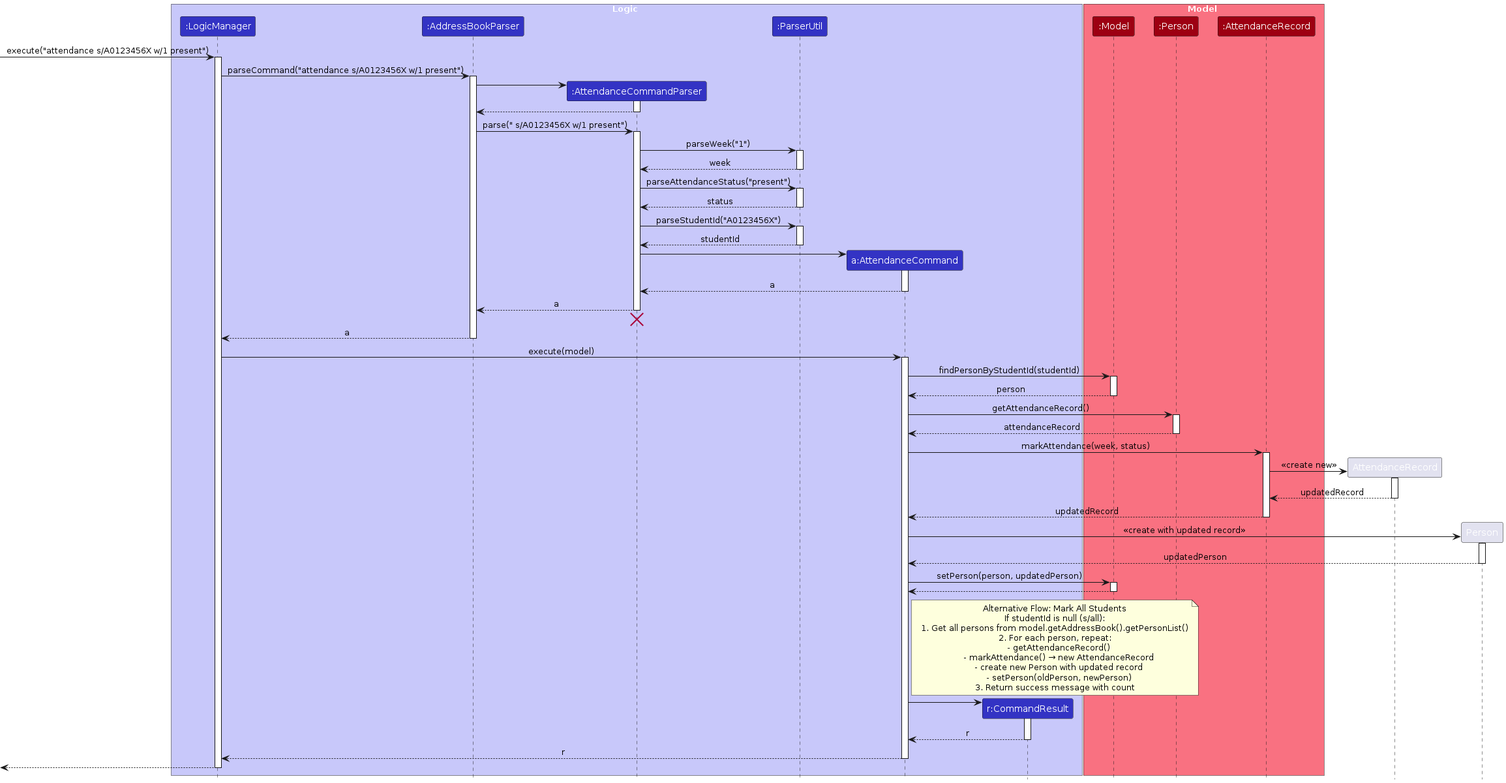
Earlier version of the PlantUML export diagrams/AttendanceSequenceDiagram.png (jing-xiang-choong/tp). Its source is kept beside it as diagrams/AttendanceSequenceDiagram.puml. Source of this version:
```plantuml
@startuml
!include style.puml
skinparam ArrowFontStyle plain

box Logic LOGIC_COLOR_T1
participant ":LogicManager" as LogicManager LOGIC_COLOR
participant ":AddressBookParser" as AddressBookParser LOGIC_COLOR
participant ":AttendanceCommandParser" as AttendanceCommandParser LOGIC_COLOR
participant ":ParserUtil" as ParserUtil LOGIC_COLOR
participant "a:AttendanceCommand" as AttendanceCommand LOGIC_COLOR
participant "r:CommandResult" as CommandResult LOGIC_COLOR
end box

box Model MODEL_COLOR_T1
participant ":Model" as Model MODEL_COLOR
participant ":Person" as Person MODEL_COLOR
participant ":AttendanceRecord" as AttendanceRecord MODEL_COLOR
end box

[-> LogicManager : execute("attendance s/A0123456X w/1 present")
activate LogicManager

LogicManager -> AddressBookParser : parseCommand("attendance s/A0123456X w/1 present")
activate AddressBookParser

create AttendanceCommandParser
AddressBookParser -> AttendanceCommandParser
activate AttendanceCommandParser

AttendanceCommandParser --> AddressBookParser
deactivate AttendanceCommandParser

AddressBookParser -> AttendanceCommandParser : parse(" s/A0123456X w/1 present")
activate AttendanceCommandParser

AttendanceCommandParser -> ParserUtil : parseWeek("1")
activate ParserUtil

ParserUtil --> AttendanceCommandParser : week
deactivate ParserUtil

AttendanceCommandParser -> ParserUtil : parseAttendanceStatus("present")
activate ParserUtil

ParserUtil --> AttendanceCommandParser : status
deactivate ParserUtil

AttendanceCommandParser -> ParserUtil : parseStudentId("A0123456X")
activate ParserUtil

ParserUtil --> AttendanceCommandParser : studentId
deactivate ParserUtil

create AttendanceCommand
AttendanceCommandParser -> AttendanceCommand
activate AttendanceCommand

AttendanceCommand --> AttendanceCommandParser : a
deactivate AttendanceCommand

AttendanceCommandParser --> AddressBookParser : a
deactivate AttendanceCommandParser
AttendanceCommandParser -[hidden]-> AddressBookParser
destroy AttendanceCommandParser

AddressBookParser --> LogicManager : a
deactivate AddressBookParser

LogicManager -> AttendanceCommand : execute(model)
activate AttendanceCommand

AttendanceCommand -> Model : findPersonByStudentId(studentId)
activate Model

Model --> AttendanceCommand : person
deactivate Model

AttendanceCommand -> Person : getAttendanceRecord()
activate Person

Person --> AttendanceCommand : attendanceRecord
deactivate Person

AttendanceCommand -> AttendanceRecord : markAttendance(week, status)
activate AttendanceRecord

create AttendanceRecord as NewAttendanceRecord
AttendanceRecord -> NewAttendanceRecord : <<create new>>
activate NewAttendanceRecord

NewAttendanceRecord --> AttendanceRecord : updatedRecord
deactivate NewAttendanceRecord

AttendanceRecord --> AttendanceCommand : updatedRecord
deactivate AttendanceRecord

create Person as UpdatedPerson
AttendanceCommand -> UpdatedPerson : <<create with updated record>>
activate UpdatedPerson

UpdatedPerson --> AttendanceCommand : updatedPerson
deactivate UpdatedPerson

AttendanceCommand -> Model : setPerson(person, updatedPerson)
activate Model

Model --> AttendanceCommand
deactivate Model

note right of AttendanceCommand
  Alternative Flow: Mark All Students
  If studentId is null (s/all):
  1. Get all persons from model.getAddressBook().getPersonList()
  2. For each person, repeat:
     - getAttendanceRecord()
     - markAttendance() → new AttendanceRecord
     - create new Person with updated record
     - setPerson(oldPerson, newPerson)
  3. Return success message with count
end note

create CommandResult
AttendanceCommand -> CommandResult
activate CommandResult

CommandResult --> AttendanceCommand : r
deactivate CommandResult

AttendanceCommand --> LogicManager : r
deactivate AttendanceCommand

[<-- LogicManager
deactivate LogicManager
@enduml
```
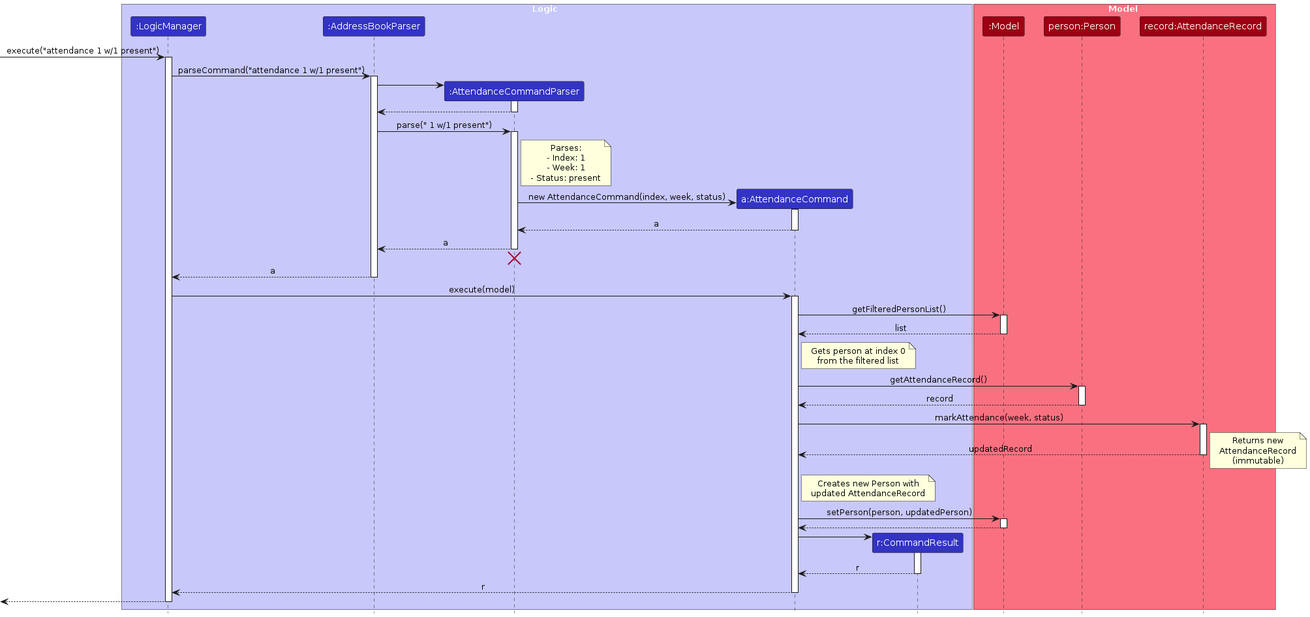
After the commit.

Diff of the diagram source:
```diff
@@ -6,21 +6,20 @@
 participant ":LogicManager" as LogicManager LOGIC_COLOR
 participant ":AddressBookParser" as AddressBookParser LOGIC_COLOR
 participant ":AttendanceCommandParser" as AttendanceCommandParser LOGIC_COLOR
-participant ":ParserUtil" as ParserUtil LOGIC_COLOR
 participant "a:AttendanceCommand" as AttendanceCommand LOGIC_COLOR
 participant "r:CommandResult" as CommandResult LOGIC_COLOR
 end box
 
 box Model MODEL_COLOR_T1
 participant ":Model" as Model MODEL_COLOR
-participant ":Person" as Person MODEL_COLOR
-participant ":AttendanceRecord" as AttendanceRecord MODEL_COLOR
+participant "person:Person" as Person MODEL_COLOR
+participant "record:AttendanceRecord" as AttendanceRecord MODEL_COLOR
 end box
 
-[-> LogicManager : execute("attendance s/A0123456X w/1 present")
+[-> LogicManager : execute("attendance 1 w/1 present")
 activate LogicManager
 
-LogicManager -> AddressBookParser : parseCommand("attendance s/A0123456X w/1 present")
+LogicManager -> AddressBookParser : parseCommand("attendance 1 w/1 present")
 activate AddressBookParser
 
 create AttendanceCommandParser
@@ -30,29 +29,18 @@
 AttendanceCommandParser --> AddressBookParser
 deactivate AttendanceCommandParser
 
-AddressBookParser -> AttendanceCommandParser : parse(" s/A0123456X w/1 present")
+AddressBookParser -> AttendanceCommandParser : parse(" 1 w/1 present")
 activate AttendanceCommandParser
 
-AttendanceCommandParser -> ParserUtil : parseWeek("1")
-activate ParserUtil
-
-ParserUtil --> AttendanceCommandParser : week
-deactivate ParserUtil
-
-AttendanceCommandParser -> ParserUtil : parseAttendanceStatus("present")
-activate ParserUtil
-
-ParserUtil --> AttendanceCommandParser : status
-deactivate ParserUtil
-
-AttendanceCommandParser -> ParserUtil : parseStudentId("A0123456X")
-activate ParserUtil
-
-ParserUtil --> AttendanceCommandParser : studentId
-deactivate ParserUtil
+note right of AttendanceCommandParser
+  Parses:
+  - Index: 1
+  - Week: 1
+  - Status: present
+end note
 
 create AttendanceCommand
-AttendanceCommandParser -> AttendanceCommand
+AttendanceCommandParser -> AttendanceCommand : new AttendanceCommand(index, week, status)
 activate AttendanceCommand
 
 AttendanceCommand --> AttendanceCommandParser : a
@@ -69,55 +57,40 @@
 LogicManager -> AttendanceCommand : execute(model)
 activate AttendanceCommand
 
-AttendanceCommand -> Model : findPersonByStudentId(studentId)
+AttendanceCommand -> Model : getFilteredPersonList()
 activate Model
 
-Model --> AttendanceCommand : person
+Model --> AttendanceCommand : list
 deactivate Model
+
+note right of AttendanceCommand
+  Gets person at index 0
+  from the filtered list
+end note
 
 AttendanceCommand -> Person : getAttendanceRecord()
 activate Person
 
-Person --> AttendanceCommand : attendanceRecord
+Person --> AttendanceCommand : record
 deactivate Person
 
 AttendanceCommand -> AttendanceRecord : markAttendance(week, status)
 activate AttendanceRecord
 
-create AttendanceRecord as NewAttendanceRecord
-AttendanceRecord -> NewAttendanceRecord : <<create new>>
-activate NewAttendanceRecord
-
-NewAttendanceRecord --> AttendanceRecord : updatedRecord
-deactivate NewAttendanceRecord
-
 AttendanceRecord --> AttendanceCommand : updatedRecord
+note right: Returns new\nAttendanceRecord\n(immutable)
 deactivate AttendanceRecord
 
-create Person as UpdatedPerson
-AttendanceCommand -> UpdatedPerson : <<create with updated record>>
-activate UpdatedPerson
-
-UpdatedPerson --> AttendanceCommand : updatedPerson
-deactivate UpdatedPerson
+note right of AttendanceCommand
+  Creates new Person with
+  updated AttendanceRecord
+end note
 
 AttendanceCommand -> Model : setPerson(person, updatedPerson)
 activate Model
 
 Model --> AttendanceCommand
 deactivate Model
-
-note right of AttendanceCommand
-  Alternative Flow: Mark All Students
-  If studentId is null (s/all):
-  1. Get all persons from model.getAddressBook().getPersonList()
-  2. For each person, repeat:
-     - getAttendanceRecord()
-     - markAttendance() → new AttendanceRecord
-     - create new Person with updated record
-     - setPerson(oldPerson, newPerson)
-  3. Return success message with count
-end note
 
 create CommandResult
 AttendanceCommand -> CommandResult
```
